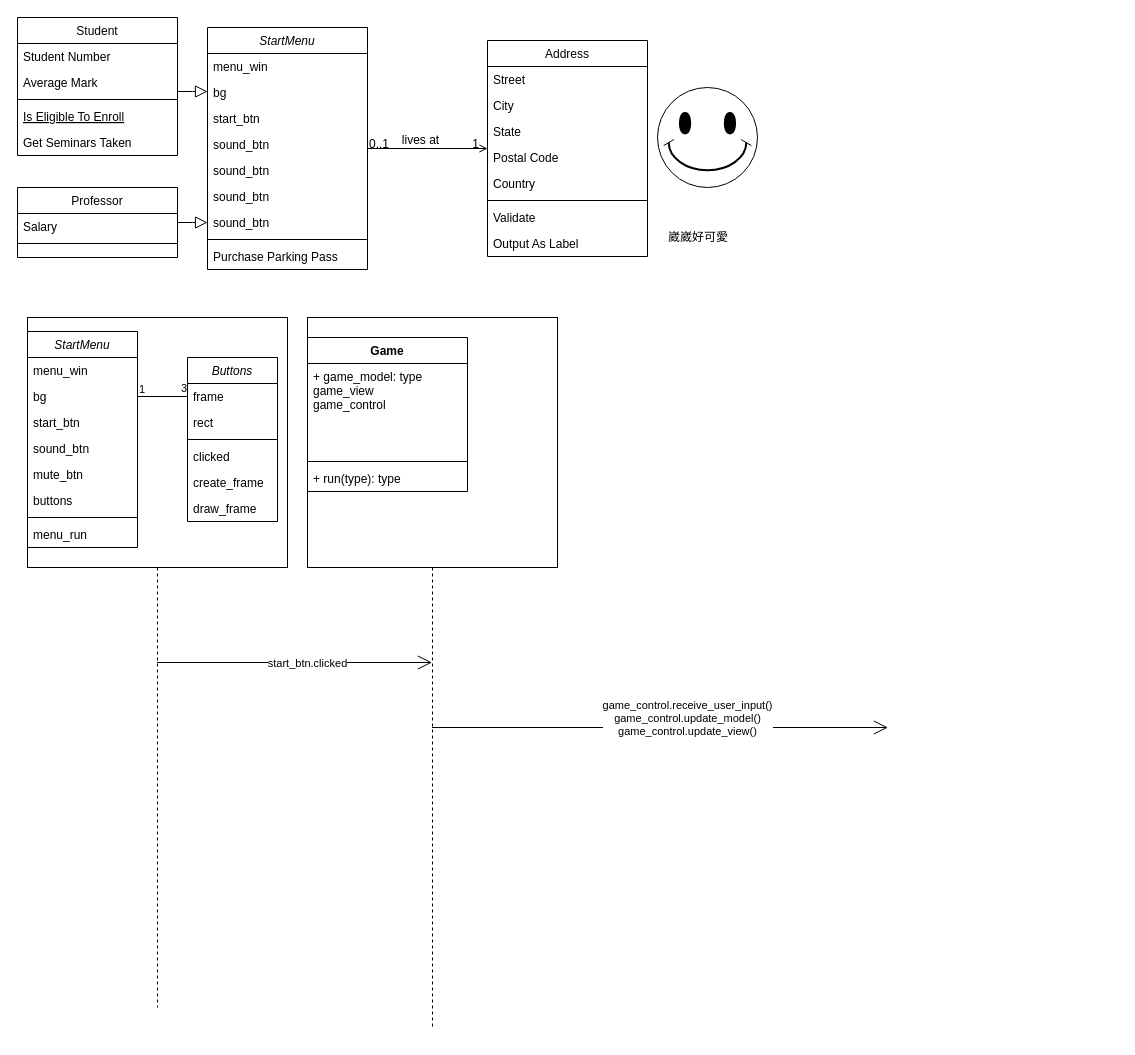
jiang0906/6-2 keeps this draw.io diagram as UML.drawio. Above is the earlier version. Source tidied: cells renumbered, new cells numbered last; positions are measured from the earlier drawing's top-left corner, leaving out a move shared by most shapes. Both pictures are drawn from the tidied source at 100%, with x=0, y=0 at pixel (17, 17).
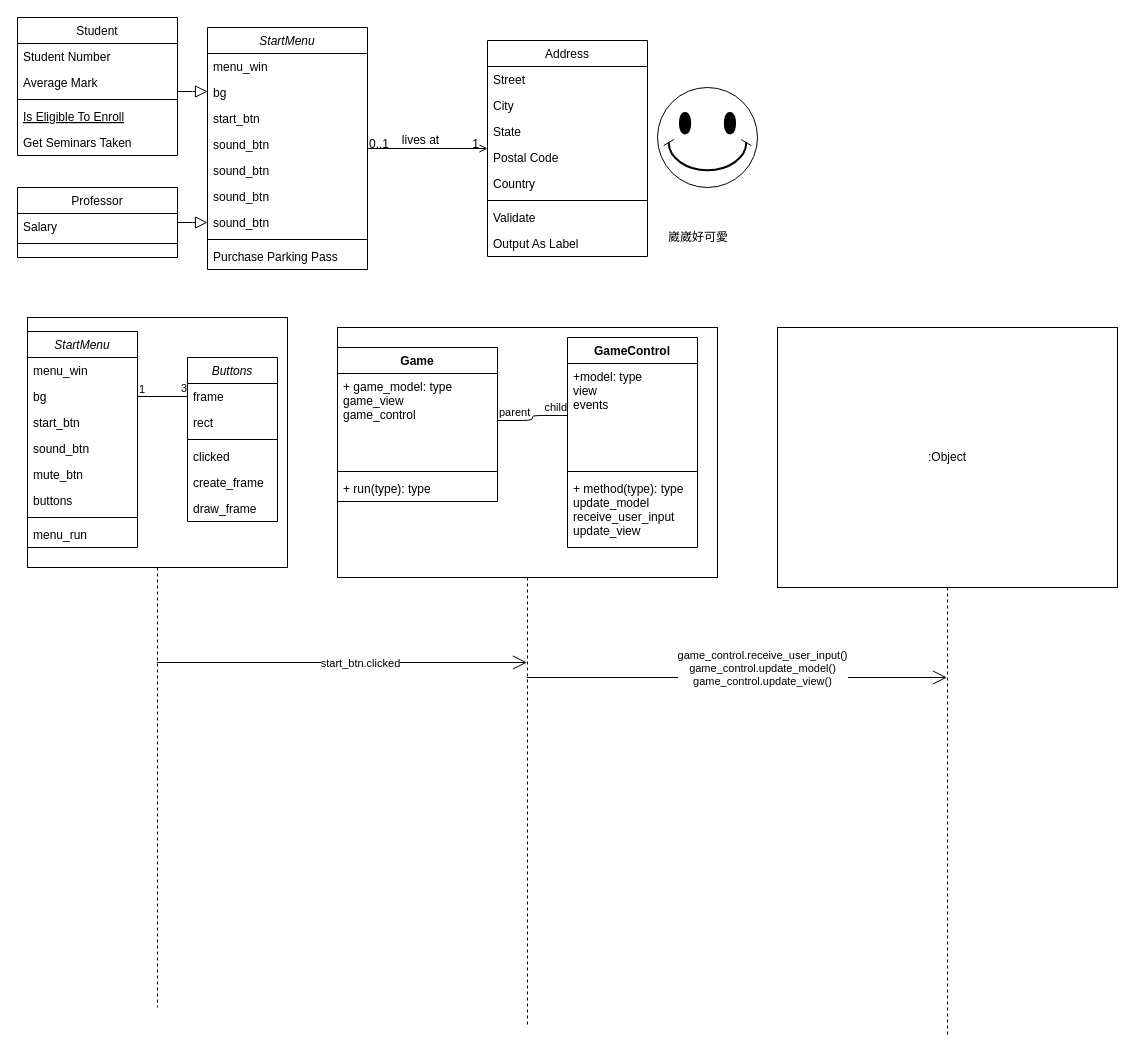
Above is the later version.

Unchanged cells that the change refers to:
```xml
<mxCell id="60" value="+ game_model: type&#10;game_view&#10;game_control" style="text;strokeColor=none;fillColor=none;align=left;verticalAlign=top;spacingLeft=4;spacingRight=4;overflow=hidden;points=[[0,0.5],[1,0.5]];portConstraint=eastwest;" parent="59" vertex="1">
  <mxGeometry y="26" width="160" height="94" as="geometry" />
</mxCell>
```

The edit, as a diff of the source:
```diff
@@
     <mxCell id="58" style="shape=umlLifeline;perimeter=lifelinePerimeter;whiteSpace=wrap;html=1;outlineConnect=0;size=250;" parent="1" vertex="1">
-      <mxGeometry x="290" y="300" width="250" height="710" as="geometry" />
+      <mxGeometry x="320" y="310" width="380" height="700" as="geometry" />
     </mxCell>
@@
+    <mxCell id="67" value="GameControl" style="swimlane;fontStyle=1;align=center;verticalAlign=top;horizontal=1;startSize=26;" parent="58" vertex="1">
+      <mxGeometry x="230" y="10" width="130" height="210" as="geometry" />
+    </mxCell>
+    <mxCell id="68" value="+model: type&#10;view&#10;events" style="text;strokeColor=none;fillColor=none;align=left;verticalAlign=top;spacingLeft=4;spacingRight=4;overflow=hidden;points=[[0,0.5],[1,0.5]];portConstraint=eastwest;" parent="67" vertex="1">
+      <mxGeometry y="26" width="130" height="104" as="geometry" />
+    </mxCell>
+    <mxCell id="69" style="line;strokeWidth=1;fillColor=none;align=left;verticalAlign=middle;spacingTop=-1;spacingLeft=3;spacingRight=3;labelPosition=right;" parent="67" vertex="1">
+      <mxGeometry y="130" width="130" height="8" as="geometry" />
+    </mxCell>
+    <mxCell id="70" value="+ method(type): type&#10;update_model&#10;receive_user_input&#10;update_view" style="text;strokeColor=none;fillColor=none;align=left;verticalAlign=top;spacingLeft=4;spacingRight=4;overflow=hidden;" parent="67" vertex="1">
+      <mxGeometry y="138" width="130" height="72" as="geometry" />
+    </mxCell>
+    <mxCell id="71" style="endArrow=none;html=1;edgeStyle=orthogonalEdgeStyle;entryX=0;entryY=0.5;entryDx=0;entryDy=0;" parent="58" edge="1" source="60" target="68">
+      <mxGeometry relative="1" as="geometry" />
+    </mxCell>
+    <mxCell id="72" value="parent" style="edgeLabel;html=1;align=left;verticalAlign=bottom;" parent="71" vertex="1">
+      <mxGeometry x="-1" relative="1" as="geometry" />
+    </mxCell>
+    <mxCell id="73" value="child" style="edgeLabel;html=1;align=right;verticalAlign=bottom;" parent="71" vertex="1">
+      <mxGeometry x="1" relative="1" as="geometry" />
+    </mxCell>
@@
-    <mxCell id="65" style="endArrow=open;endFill=1;endSize=12;html=1;" parent="1" edge="1" source="58">
-      <mxGeometry relative="1" as="geometry">
-        <mxPoint x="870.4" y="710" as="targetPoint" />
-      </mxGeometry>
+    <mxCell id="65" style="endArrow=open;endFill=1;endSize=12;html=1;" parent="1" edge="1" source="58" target="74">
+      <mxGeometry relative="1" as="geometry" />
     </mxCell>
@@
+    <mxCell id="74" value=":Object" style="shape=umlLifeline;perimeter=lifelinePerimeter;whiteSpace=wrap;html=1;outlineConnect=0;size=260;" parent="1" vertex="1">
+      <mxGeometry x="760" y="310" width="340" height="710" as="geometry" />
+    </mxCell>
```
